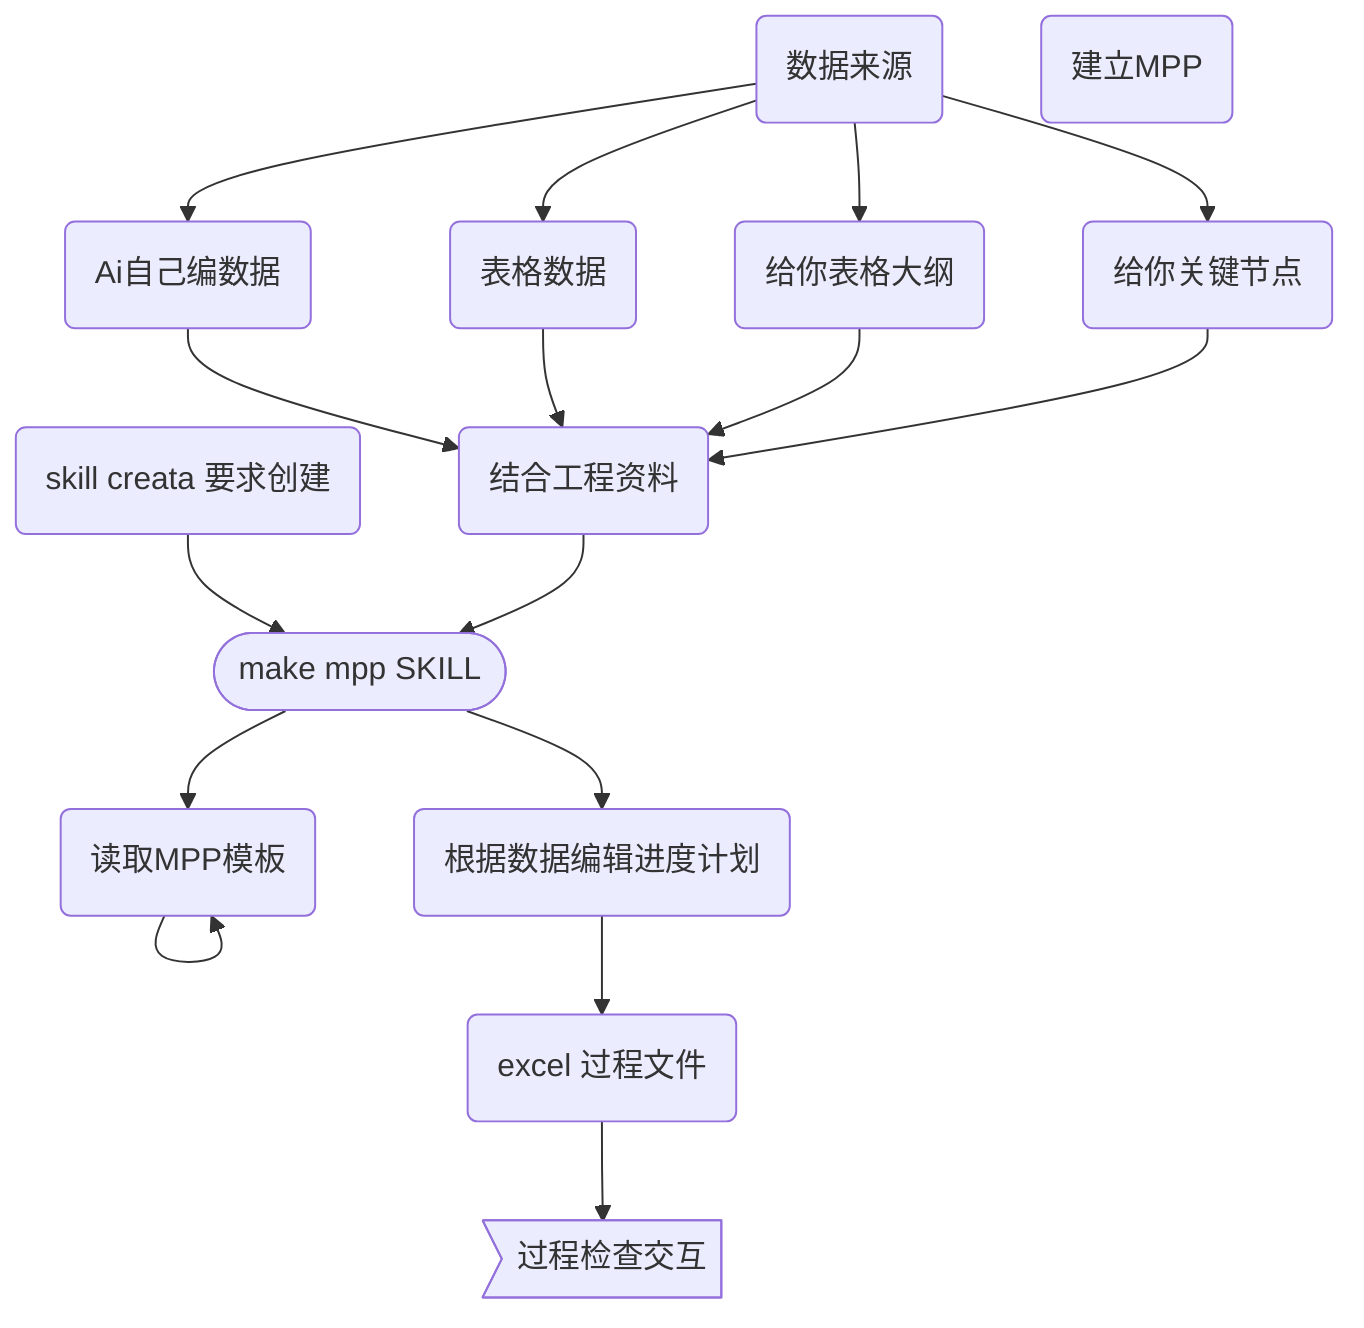
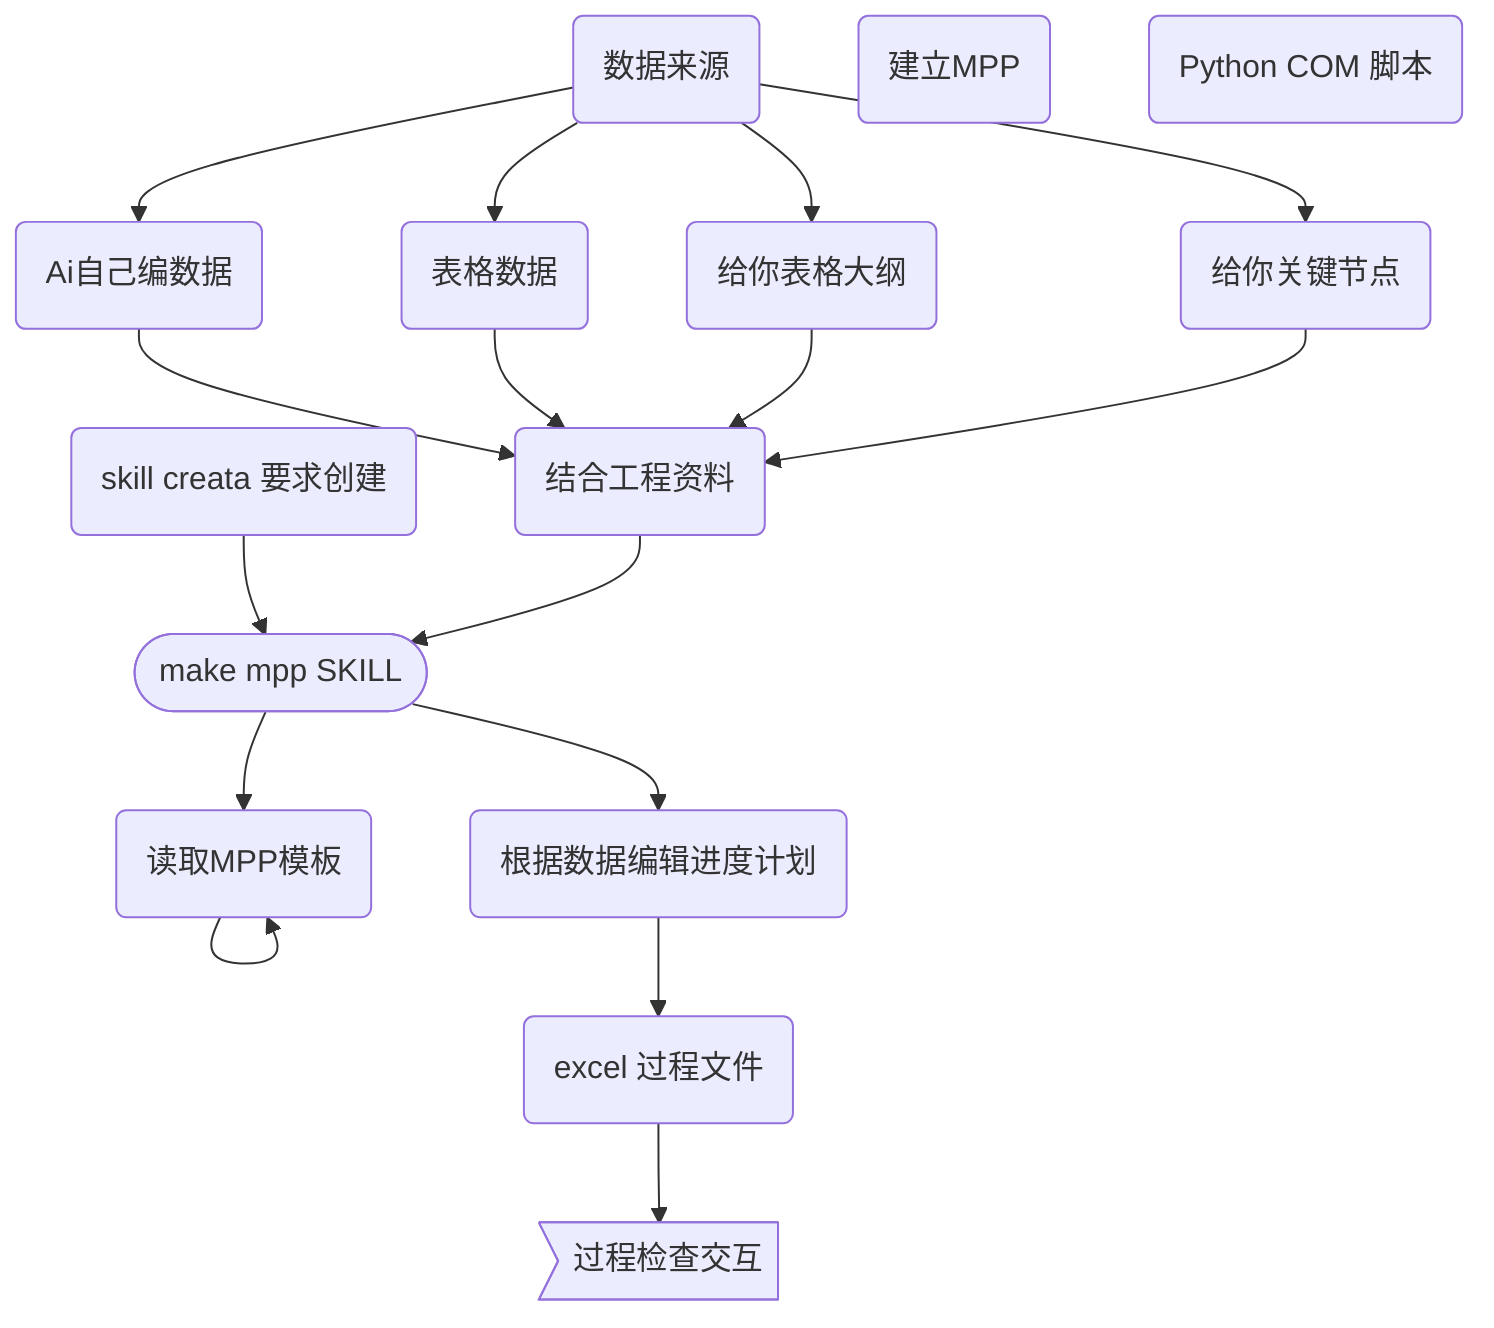
flowchart TD
  n_0(["make mpp SKILL"])
  n_1("数据来源")
  n_2("skill  creata 要求创建")
  n_3("Ai自己编数据")
  n_4("表格数据")
  n_5("建立MPP")
  n_6("读取MPP模板")
  n_7("给你表格大纲")
  n_8("给你关键节点")
  n_9("结合工程资料")
  n_10("excel 过程文件")
  n_11("根据数据编辑进度计划")
  n_12>"过程检查交互"]
+   n_13("Python COM 脚本")
  n_2 --> n_0
  n_0 --> n_6
  n_1 --> n_3
  n_1 --> n_4
  n_1 --> n_7
  n_1 --> n_8
  n_3 --> n_9
  n_4 --> n_9
  n_7 --> n_9
  n_8 --> n_9
  n_9 --> n_0
  n_0 --> n_11
  n_11 --> n_10
  n_10 --> n_12
  n_6 --> n_6
